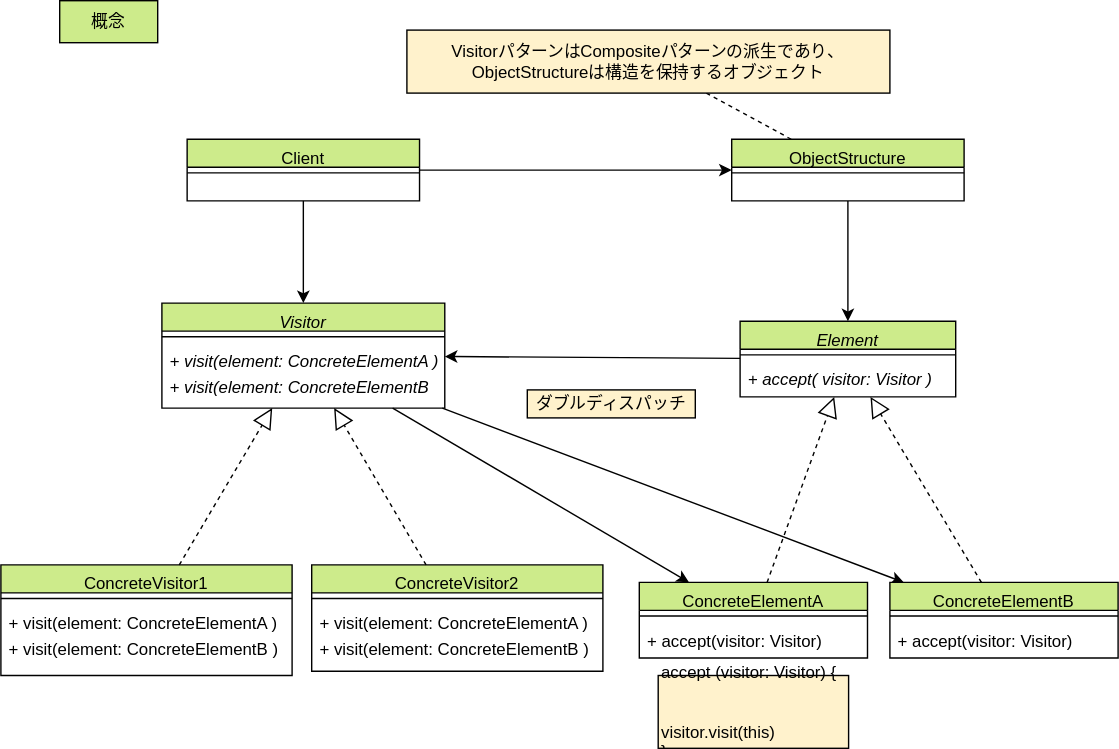
Before: drawio/visitor/visitor-concept.drawio.svg, a diagram exported from draw.io (go-to-k/cdk-gof-design-pattern). Source tidied: cells renumbered, new cells last; positions are measured from the earlier drawing's top-left corner, leaving out a move shared by most shapes.
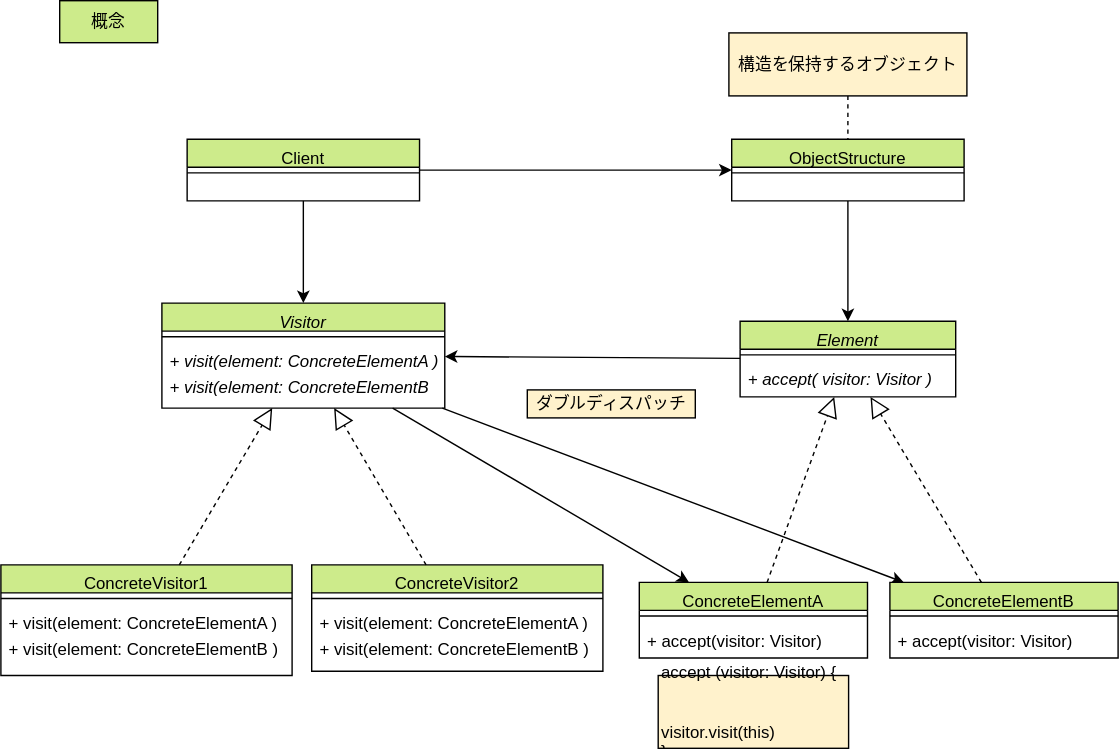
After the change.

Commit message:
update visitor concept diagrams

Diff of the diagram source:
```diff
@@ -113,8 +113,8 @@
     <mxCell id="38" style="edgeStyle=none;html=1;strokeColor=#000000;endArrow=none;endFill=0;dashed=1;" parent="1" edge="1" source="39" target="32">
       <mxGeometry relative="1" as="geometry" />
     </mxCell>
-    <mxCell id="39" value="VisitorパターンはCompositeパターンの派生であり、ObjectStructureは構造を保持するオブジェクト" style="text;html=1;strokeColor=#000000;fillColor=#fff2cc;align=center;verticalAlign=middle;whiteSpace=wrap;rounded=0;fontColor=#000000;" parent="1" vertex="1">
-      <mxGeometry x="290" y="21" width="345" height="45" as="geometry" />
+    <mxCell id="39" value="構造を保持するオブジェクト" style="text;html=1;strokeColor=#000000;fillColor=#fff2cc;align=center;verticalAlign=middle;whiteSpace=wrap;rounded=0;fontColor=#000000;" parent="1" vertex="1">
+      <mxGeometry x="520" y="23" width="170" height="45" as="geometry" />
     </mxCell>
     <mxCell id="40" value="accept (visitor: Visitor) {&lt;br&gt;&lt;span style=&quot;white-space: pre;&quot;&gt;&#9;&lt;/span&gt;visitor.visit(this)&lt;br&gt;}" style="text;html=1;strokeColor=#000000;fillColor=#fff2cc;align=left;verticalAlign=middle;whiteSpace=wrap;rounded=0;fontColor=#000000;" parent="1" vertex="1">
       <mxGeometry x="469.5" y="482" width="136" height="52" as="geometry" />
```
